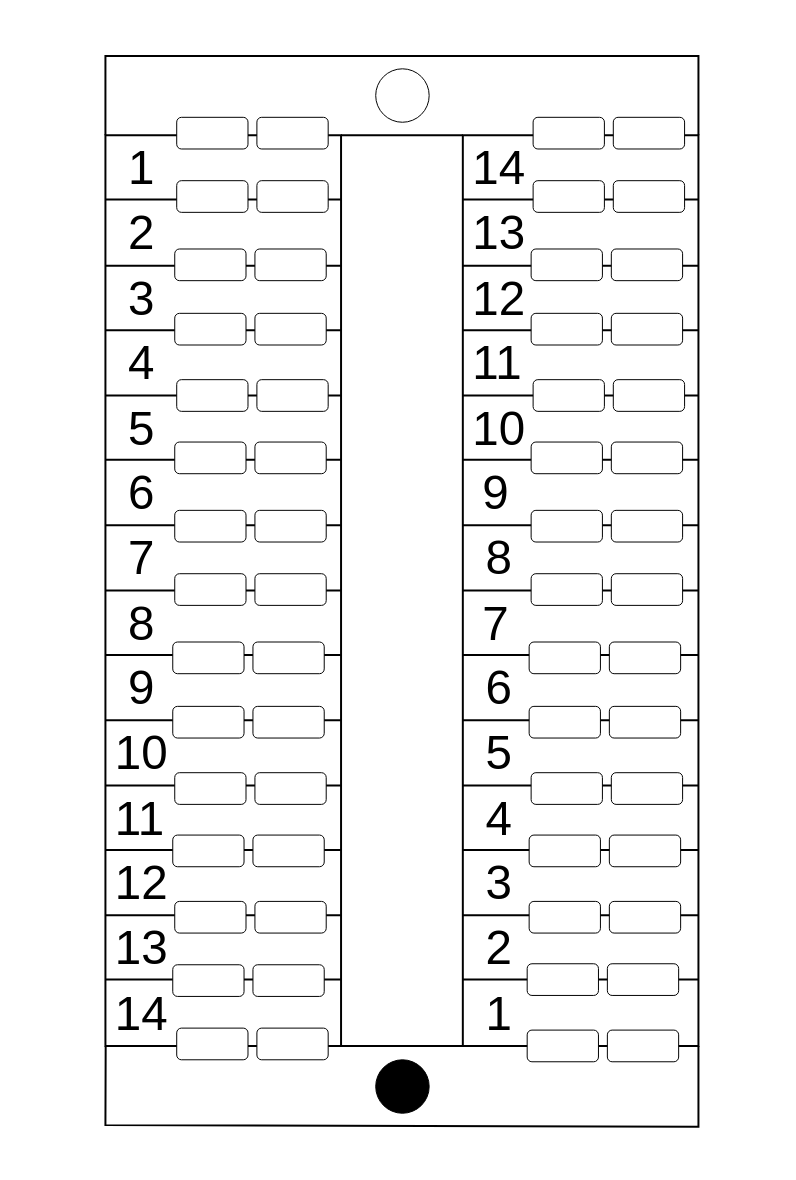
This is page "A REAL MONTH" (1 of 26) of pentasys-calendar-format-1.drawio from appsparkler/draw.io, a draw.io file, before an edit. Source tidied: cells renumbered, new cells numbered last; positions are measured from the earlier drawing's top-left corner, leaving out a move shared by most shapes. Both pictures are drawn from the tidied source at 99%, with x=0, y=0 at pixel (105, 55). Pictures stored in the file or linked from it are replaced by grey dashed boxes.
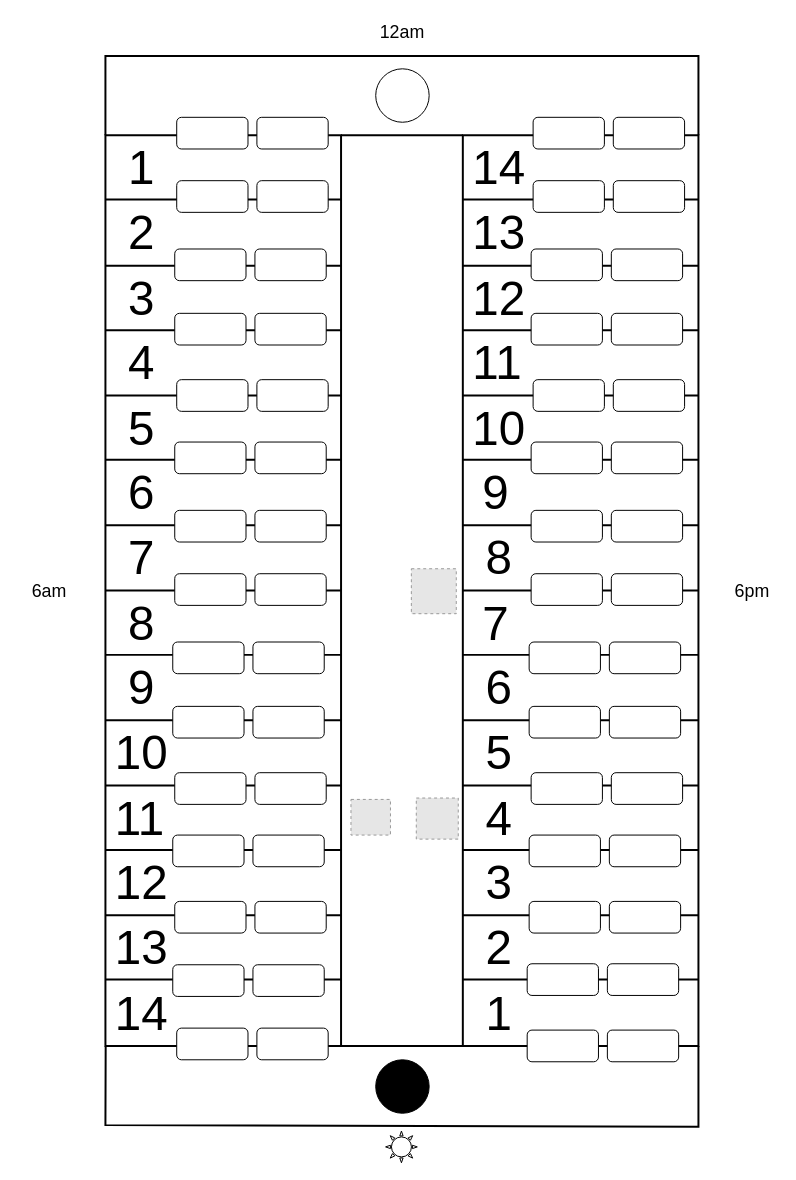
Above is the later version.

What changed in the source:
```diff
@@
+    <mxCell id="126" style="verticalLabelPosition=bottom;verticalAlign=top;html=1;shape=mxgraph.basic.sun;" parent="1" vertex="1">
+      <mxGeometry x="283" y="1086" width="32" height="32" as="geometry" />
+    </mxCell>
+    <mxCell id="127" value="&lt;div&gt;&lt;font face=&quot;Calistoga&quot;&gt;&amp;nbsp;6am&lt;/font&gt;&lt;/div&gt;" style="text;html=1;whiteSpace=wrap;strokeColor=none;fillColor=none;align=center;verticalAlign=middle;rounded=0;fontSize=18;" parent="1" vertex="1">
+      <mxGeometry x="-89" y="526" width="60" height="30" as="geometry" />
+    </mxCell>
+    <mxCell id="128" value="&lt;div&gt;&lt;font face=&quot;Calistoga&quot;&gt;&amp;nbsp;6pm&lt;/font&gt;&lt;/div&gt;" style="text;html=1;whiteSpace=wrap;strokeColor=none;fillColor=none;align=center;verticalAlign=middle;rounded=0;fontSize=18;" parent="1" vertex="1">
+      <mxGeometry x="621" y="526" width="60" height="30" as="geometry" />
+    </mxCell>
+    <mxCell id="129" value="12&lt;font face=&quot;Calistoga&quot;&gt;am&lt;/font&gt;" style="text;html=1;whiteSpace=wrap;strokeColor=none;fillColor=none;align=center;verticalAlign=middle;rounded=0;fontSize=18;" parent="1" vertex="1">
+      <mxGeometry x="270" y="-39" width="60" height="30" as="geometry" />
+    </mxCell>
+    <mxCell id="130" style="fillColor=#E6E6E6;strokeColor=#999999;dashed=1;verticalLabelPosition=bottom;labelBackgroundColor=default;verticalAlign=top;" parent="1" vertex="1">
+      <mxGeometry x="248" y="751" width="39.9" height="36" as="geometry" />
+    </mxCell>
+    <mxCell id="131" style="fillColor=#E6E6E6;strokeColor=#999999;dashed=1;verticalLabelPosition=bottom;labelBackgroundColor=default;verticalAlign=top;" parent="1" vertex="1">
+      <mxGeometry x="309" y="518" width="45.4" height="45.4" as="geometry" />
+    </mxCell>
+    <mxCell id="132" style="fillColor=#E6E6E6;strokeColor=#999999;dashed=1;verticalLabelPosition=bottom;labelBackgroundColor=default;verticalAlign=top;" parent="1" vertex="1">
+      <mxGeometry x="314" y="749.6" width="42.4" height="41.5" as="geometry" />
+    </mxCell>
```
